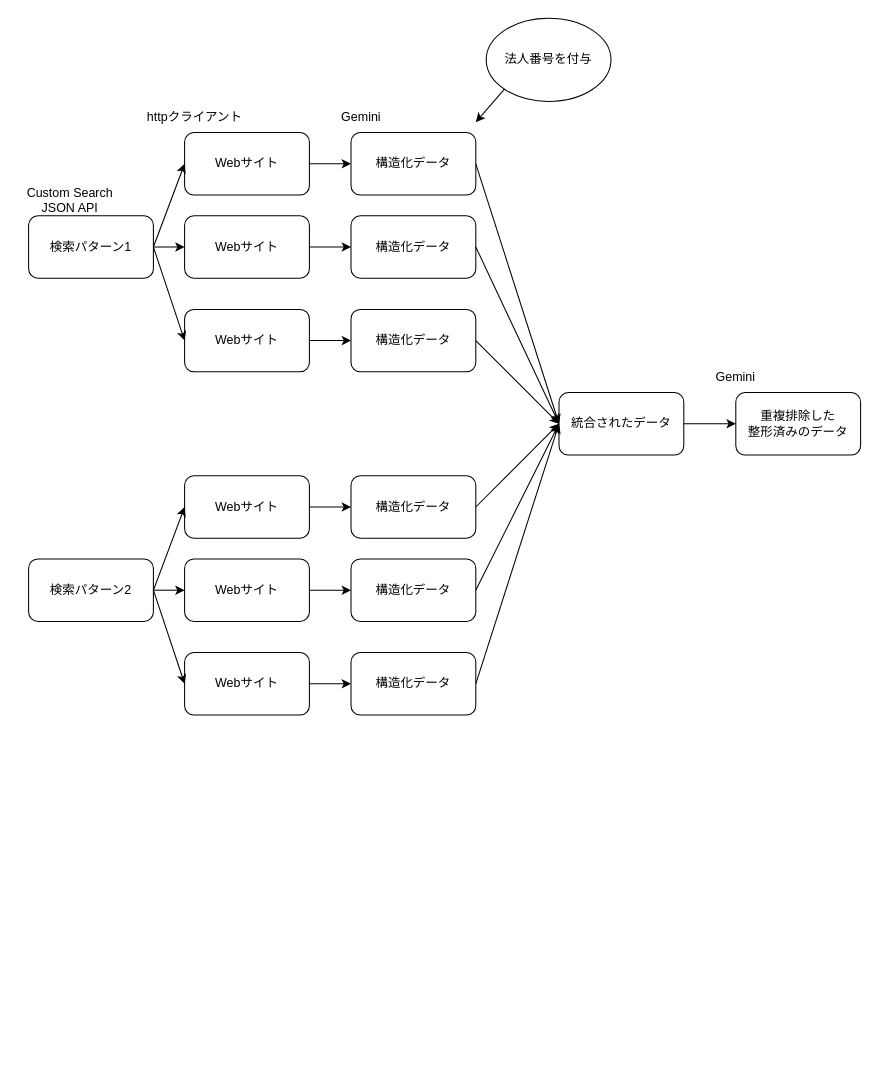
Earlier version of the draw.io diagram gemini.drawio (gepuro/ai_agent_company_research). Source tidied: cells renumbered, new cells numbered last; positions are measured from the earlier drawing's top-left corner, leaving out a move shared by most shapes. Both pictures are drawn from the tidied source at 104%, with x=0, y=0 at pixel (18, 18).
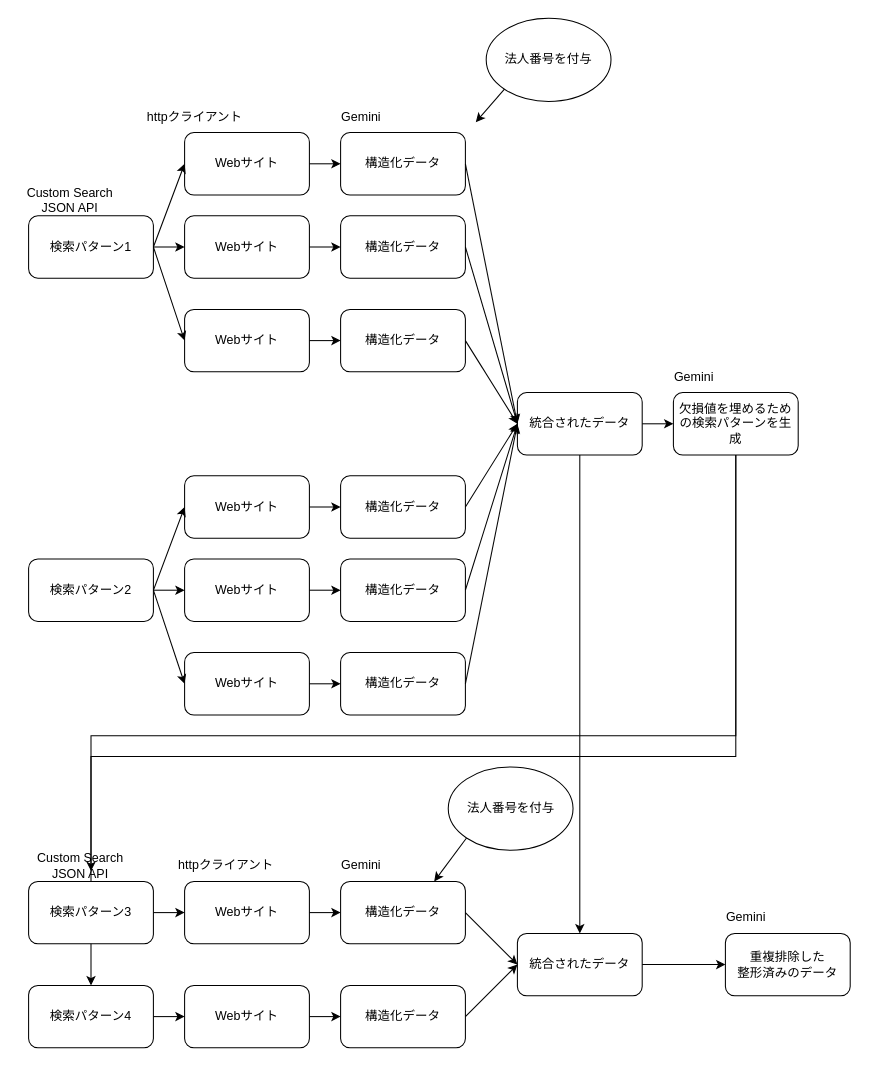
Above is the later version.

Commit message:
gemini.drawio を更新します

Unchanged cells that the change refers to:
```xml
<mxCell id="11" value="検索パターン2" style="rounded=1;whiteSpace=wrap;html=1;" parent="1" vertex="1">
  <mxGeometry x="10" y="520" width="120" height="60" as="geometry" />
</mxCell>
<mxCell id="14" value="Webサイト" style="rounded=1;whiteSpace=wrap;html=1;" parent="1" vertex="1">
  <mxGeometry x="160" y="520" width="120" height="60" as="geometry" />
</mxCell>
```

Diff of the diagram source:
```diff
@@
     <mxCell id="4" value="構造化データ" style="rounded=1;whiteSpace=wrap;html=1;" parent="1" vertex="1">
-      <mxGeometry x="320" y="110" width="120" height="60" as="geometry" />
+      <mxGeometry x="310" y="110" width="120" height="60" as="geometry" />
     </mxCell>
     <mxCell id="5" value="統合されたデータ" style="rounded=1;whiteSpace=wrap;html=1;" parent="1" vertex="1">
-      <mxGeometry x="520" y="360" width="120" height="60" as="geometry" />
+      <mxGeometry x="480" y="360" width="120" height="60" as="geometry" />
     </mxCell>
     <mxCell id="6" value="重複排除した&lt;div&gt;整形済みのデータ&lt;/div&gt;" style="rounded=1;whiteSpace=wrap;html=1;" parent="1" vertex="1">
-      <mxGeometry x="690" y="360" width="120" height="60" as="geometry" />
+      <mxGeometry x="680" y="880" width="120" height="60" as="geometry" />
     </mxCell>
@@
     <mxCell id="9" value="構造化データ" style="rounded=1;whiteSpace=wrap;html=1;" parent="1" vertex="1">
-      <mxGeometry x="320" y="190" width="120" height="60" as="geometry" />
+      <mxGeometry x="310" y="190" width="120" height="60" as="geometry" />
     </mxCell>
     <mxCell id="10" value="構造化データ" style="rounded=1;whiteSpace=wrap;html=1;" parent="1" vertex="1">
-      <mxGeometry x="320" y="280" width="120" height="60" as="geometry" />
+      <mxGeometry x="310" y="280" width="120" height="60" as="geometry" />
     </mxCell>
@@
     <mxCell id="13" value="構造化データ" style="rounded=1;whiteSpace=wrap;html=1;" parent="1" vertex="1">
-      <mxGeometry x="320" y="440" width="120" height="60" as="geometry" />
+      <mxGeometry x="310" y="440" width="120" height="60" as="geometry" />
     </mxCell>
@@
     <mxCell id="16" value="構造化データ" style="rounded=1;whiteSpace=wrap;html=1;" parent="1" vertex="1">
-      <mxGeometry x="320" y="520" width="120" height="60" as="geometry" />
+      <mxGeometry x="310" y="520" width="120" height="60" as="geometry" />
     </mxCell>
     <mxCell id="17" value="構造化データ" style="rounded=1;whiteSpace=wrap;html=1;" parent="1" vertex="1">
-      <mxGeometry x="320" y="610" width="120" height="60" as="geometry" />
+      <mxGeometry x="310" y="610" width="120" height="60" as="geometry" />
     </mxCell>
@@
-    <mxCell id="31" style="endArrow=classic;html=1;rounded=0;exitX=1;exitY=0.5;exitDx=0;exitDy=0;" parent="1" edge="1" source="10">
-      <mxGeometry relative="1" as="geometry">
-        <mxPoint x="520" y="390" as="targetPoint" />
-      </mxGeometry>
+    <mxCell id="31" style="endArrow=classic;html=1;rounded=0;exitX=1;exitY=0.5;exitDx=0;exitDy=0;entryX=0;entryY=0.5;entryDx=0;entryDy=0;" parent="1" edge="1" source="10" target="5">
+      <mxGeometry relative="1" as="geometry" />
     </mxCell>
@@
-    <mxCell id="35" style="endArrow=classic;html=1;rounded=0;exitX=1;exitY=0.5;exitDx=0;exitDy=0;entryX=0;entryY=0.5;entryDx=0;entryDy=0;" parent="1" edge="1" source="5" target="6">
+    <mxCell id="35" style="endArrow=classic;html=1;rounded=0;exitX=1;exitY=0.5;exitDx=0;exitDy=0;entryX=0;entryY=0.5;entryDx=0;entryDy=0;" parent="1" edge="1" source="5" target="44">
       <mxGeometry relative="1" as="geometry" />
     </mxCell>
-    <mxCell id="36" style="endArrow=classic;html=1;rounded=0;exitX=1;exitY=0.5;exitDx=0;exitDy=0;entryX=0;entryY=0.5;entryDx=0;entryDy=0;" parent="1" edge="1" source="11" target="14">
-      <mxGeometry relative="1" as="geometry" />
+    <mxCell id="36" style="endArrow=classic;html=1;rounded=0;exitX=1;exitY=0.5;exitDx=0;exitDy=0;" parent="1" edge="1" source="11">
+      <mxGeometry relative="1" as="geometry">
+        <mxPoint x="160" y="550" as="targetPoint" />
+      </mxGeometry>
     </mxCell>
@@
     <mxCell id="40" value="Gemini" style="text;strokeColor=none;align=center;fillColor=none;html=1;verticalAlign=middle;whiteSpace=wrap;rounded=0;" parent="1" vertex="1">
-      <mxGeometry x="660" y="330" width="60" height="30" as="geometry" />
+      <mxGeometry x="620" y="330" width="60" height="30" as="geometry" />
     </mxCell>
@@
+    <mxCell id="43" style="edgeStyle=orthogonalEdgeStyle;rounded=0;jettySize=auto;html=1;exitX=0.5;exitY=1;exitDx=0;exitDy=0;entryX=0.5;entryY=0;entryDx=0;entryDy=0;" parent="1" edge="1" source="44" target="51">
+      <mxGeometry relative="1" as="geometry">
+        <Array as="points">
+          <mxPoint x="690" y="690" />
+          <mxPoint x="70" y="690" />
+        </Array>
+      </mxGeometry>
+    </mxCell>
+    <mxCell id="44" value="欠損値を埋めるための検索パターンを生成" style="rounded=1;whiteSpace=wrap;html=1;" parent="1" vertex="1">
+      <mxGeometry x="630" y="360" width="120" height="60" as="geometry" />
+    </mxCell>
+    <mxCell id="45" value="検索パターン3" style="rounded=1;whiteSpace=wrap;html=1;" parent="1" vertex="1">
+      <mxGeometry x="10" y="830" width="120" height="60" as="geometry" />
+    </mxCell>
+    <mxCell id="46" value="Webサイト" style="rounded=1;whiteSpace=wrap;html=1;" parent="1" vertex="1">
+      <mxGeometry x="160" y="830" width="120" height="60" as="geometry" />
+    </mxCell>
+    <mxCell id="47" value="構造化データ" style="rounded=1;whiteSpace=wrap;html=1;" parent="1" vertex="1">
+      <mxGeometry x="310" y="830" width="120" height="60" as="geometry" />
+    </mxCell>
+    <mxCell id="48" value="Gemini" style="text;strokeColor=none;align=center;fillColor=none;html=1;verticalAlign=middle;whiteSpace=wrap;rounded=0;" parent="1" vertex="1">
+      <mxGeometry x="300" y="800" width="60" height="30" as="geometry" />
+    </mxCell>
+    <mxCell id="49" value="Custom Search JSON API" style="text;strokeColor=none;align=center;fillColor=none;html=1;verticalAlign=middle;whiteSpace=wrap;rounded=0;" parent="1" vertex="1">
+      <mxGeometry x="10" y="800" width="100" height="30" as="geometry" />
+    </mxCell>
+    <mxCell id="50" value="httpクライアント" style="text;strokeColor=none;align=center;fillColor=none;html=1;verticalAlign=middle;whiteSpace=wrap;rounded=0;" parent="1" vertex="1">
+      <mxGeometry x="150" y="800" width="100" height="30" as="geometry" />
+    </mxCell>
+    <mxCell id="51" value="検索パターン4" style="rounded=1;whiteSpace=wrap;html=1;" parent="1" vertex="1">
+      <mxGeometry x="10" y="930" width="120" height="60" as="geometry" />
+    </mxCell>
+    <mxCell id="52" style="edgeStyle=orthogonalEdgeStyle;rounded=0;jettySize=auto;html=1;exitX=0.5;exitY=1;exitDx=0;exitDy=0;entryX=0.6;entryY=0.667;entryDx=0;entryDy=0;entryPerimeter=0;" parent="1" edge="1" source="44" target="49">
+      <mxGeometry relative="1" as="geometry">
+        <Array as="points">
+          <mxPoint x="690" y="710" />
+          <mxPoint x="70" y="710" />
+        </Array>
+      </mxGeometry>
+    </mxCell>
+    <mxCell id="53" style="endArrow=classic;html=1;rounded=0;exitX=1;exitY=0.5;exitDx=0;exitDy=0;entryX=0;entryY=0.5;entryDx=0;entryDy=0;" parent="1" edge="1" source="45" target="46">
+      <mxGeometry relative="1" as="geometry" />
+    </mxCell>
+    <mxCell id="54" style="endArrow=classic;html=1;rounded=0;exitX=1;exitY=0.5;exitDx=0;exitDy=0;entryX=0;entryY=0.5;entryDx=0;entryDy=0;" parent="1" edge="1" source="46" target="47">
+      <mxGeometry relative="1" as="geometry" />
+    </mxCell>
+    <mxCell id="55" value="Webサイト" style="rounded=1;whiteSpace=wrap;html=1;" parent="1" vertex="1">
+      <mxGeometry x="160" y="930" width="120" height="60" as="geometry" />
+    </mxCell>
+    <mxCell id="56" value="構造化データ" style="rounded=1;whiteSpace=wrap;html=1;" parent="1" vertex="1">
+      <mxGeometry x="310" y="930" width="120" height="60" as="geometry" />
+    </mxCell>
+    <mxCell id="57" style="endArrow=classic;html=1;rounded=0;exitX=1;exitY=0.5;exitDx=0;exitDy=0;entryX=0;entryY=0.5;entryDx=0;entryDy=0;" parent="1" edge="1" target="55">
+      <mxGeometry relative="1" as="geometry">
+        <mxPoint x="130" y="960" as="sourcePoint" />
+      </mxGeometry>
+    </mxCell>
+    <mxCell id="58" style="endArrow=classic;html=1;rounded=0;exitX=1;exitY=0.5;exitDx=0;exitDy=0;entryX=0;entryY=0.5;entryDx=0;entryDy=0;" parent="1" edge="1" source="55" target="56">
+      <mxGeometry relative="1" as="geometry" />
+    </mxCell>
+    <mxCell id="59" value="統合されたデータ" style="rounded=1;whiteSpace=wrap;html=1;" parent="1" vertex="1">
+      <mxGeometry x="480" y="880" width="120" height="60" as="geometry" />
+    </mxCell>
+    <mxCell id="60" style="endArrow=classic;html=1;rounded=0;exitX=0.5;exitY=1;exitDx=0;exitDy=0;entryX=0.5;entryY=0;entryDx=0;entryDy=0;" parent="1" edge="1" source="5" target="59">
+      <mxGeometry relative="1" as="geometry" />
+    </mxCell>
+    <mxCell id="61" style="endArrow=classic;html=1;rounded=0;exitX=1;exitY=0.5;exitDx=0;exitDy=0;entryX=0;entryY=0.5;entryDx=0;entryDy=0;" parent="1" edge="1" source="47" target="59">
+      <mxGeometry relative="1" as="geometry" />
+    </mxCell>
+    <mxCell id="62" style="endArrow=classic;html=1;rounded=0;exitX=1;exitY=0.5;exitDx=0;exitDy=0;entryX=0;entryY=0.5;entryDx=0;entryDy=0;" parent="1" edge="1" source="56" target="59">
+      <mxGeometry relative="1" as="geometry" />
+    </mxCell>
+    <mxCell id="63" style="endArrow=classic;html=1;rounded=0;exitX=1;exitY=0.5;exitDx=0;exitDy=0;entryX=0;entryY=0.5;entryDx=0;entryDy=0;" parent="1" edge="1" source="59" target="6">
+      <mxGeometry relative="1" as="geometry" />
+    </mxCell>
+    <mxCell id="64" value="Gemini" style="text;strokeColor=none;align=center;fillColor=none;html=1;verticalAlign=middle;whiteSpace=wrap;rounded=0;" parent="1" vertex="1">
+      <mxGeometry x="670" y="850" width="60" height="30" as="geometry" />
+    </mxCell>
+    <mxCell id="65" value="法人番号を付与" style="ellipse;whiteSpace=wrap;html=1;" parent="1" vertex="1">
+      <mxGeometry x="413.5" y="720" width="120" height="80" as="geometry" />
+    </mxCell>
+    <mxCell id="66" style="endArrow=classic;html=1;rounded=0;exitX=0;exitY=1;exitDx=0;exitDy=0;entryX=0.75;entryY=0;entryDx=0;entryDy=0;" parent="1" edge="1" source="65" target="47">
+      <mxGeometry relative="1" as="geometry" />
+    </mxCell>
```
